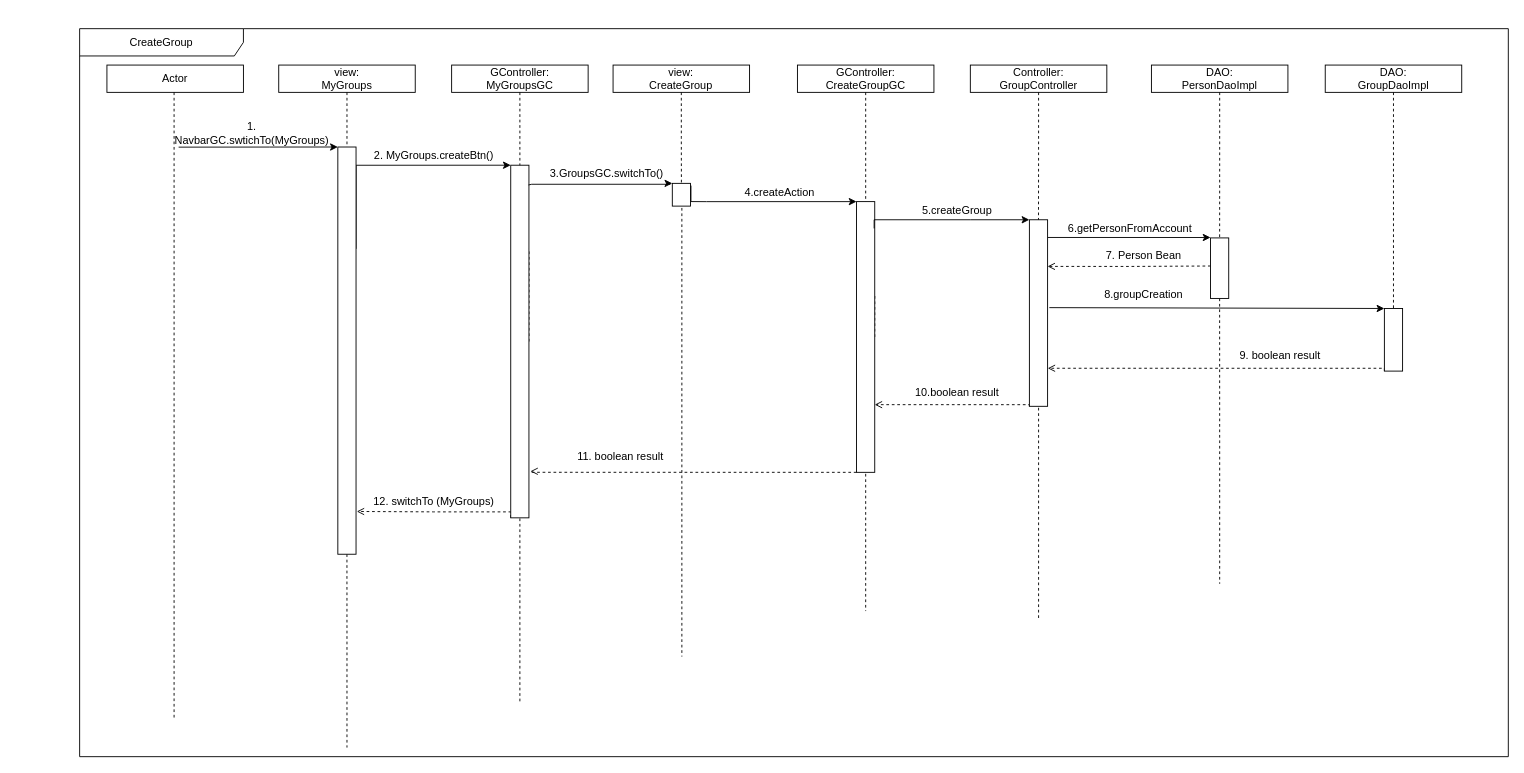
The draw.io diagram Deliverables/Sequence Diagram/Sequence Diagram Dalena Create Group.drawio in nic-agos/DoveStudi, before the edit. Source tidied: cells renumbered, new cells numbered last; positions are measured from the earlier drawing's top-left corner, leaving out a move shared by most shapes. Both pictures are drawn from the tidied source at 91%, with x=0, y=0 at pixel (79, 28).
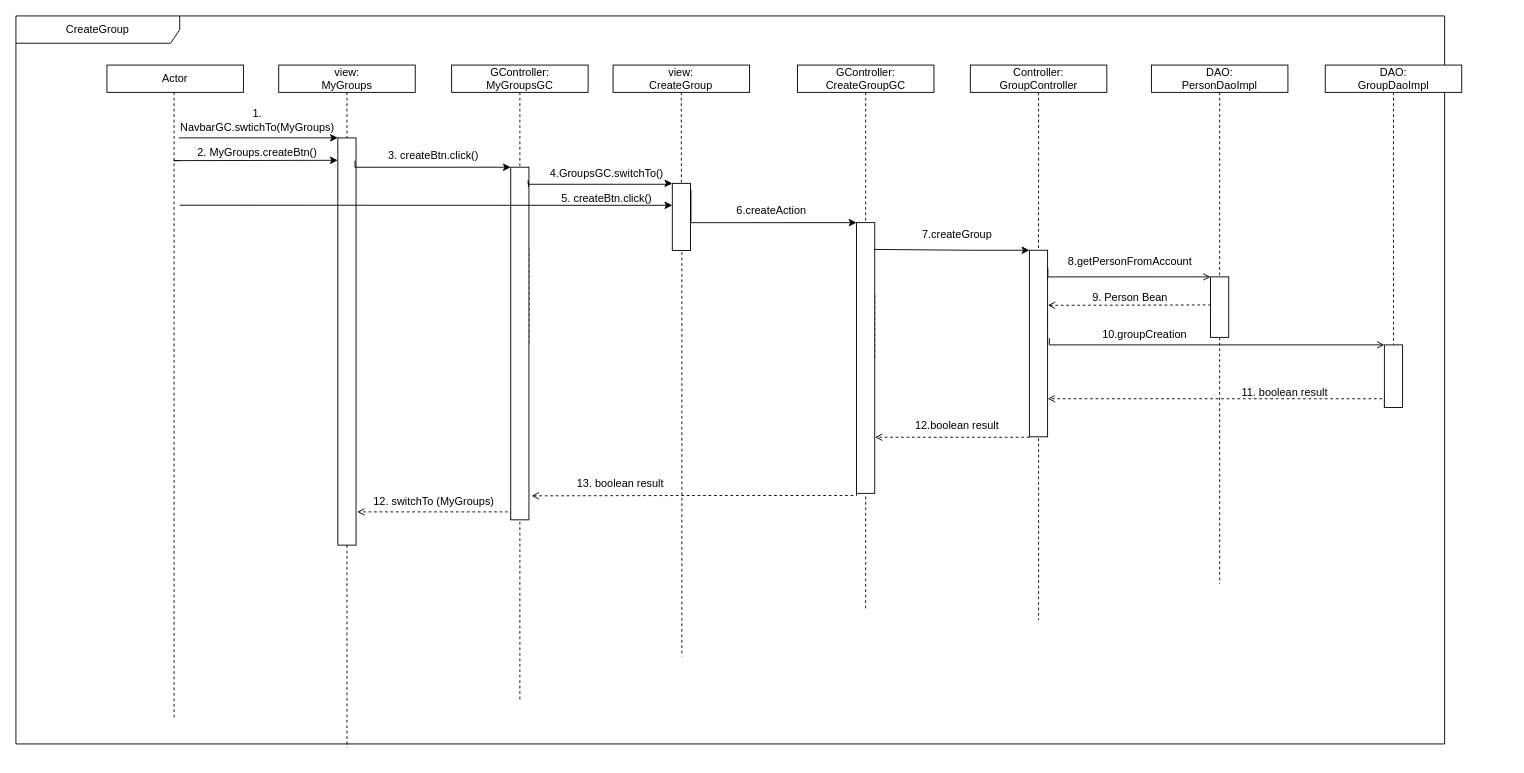
Above is the later version.

Diff of the diagram source:
```diff
@@
+    <mxCell id="55" value="CreateGroup" style="shape=umlFrame;whiteSpace=wrap;html=1;width=180;height=30;" parent="1" vertex="1">
+      <mxGeometry x="-70" y="-14" width="1570" height="800" as="geometry" />
+    </mxCell>
@@
     <mxCell id="12" style="edgeStyle=orthogonalEdgeStyle;rounded=0;jettySize=auto;html=1;exitX=1;exitY=0;exitDx=0;exitDy=0;endArrow=none;endFill=0;startArrow=classic;startFill=1;" parent="1" edge="1" source="14">
       <mxGeometry relative="1" as="geometry">
-        <mxPoint x="108.8" y="130.2" as="targetPoint" />
+        <mxPoint x="109" y="120" as="targetPoint" />
         <Array as="points">
-          <mxPoint x="208.8" y="130" />
-          <mxPoint x="208.8" y="130" />
+          <mxPoint x="109" y="120" />
         </Array>
       </mxGeometry>
     </mxCell>
-    <mxCell id="13" style="edgeStyle=orthogonalEdgeStyle;rounded=0;jettySize=auto;html=1;exitX=0.75;exitY=1;exitDx=0;exitDy=0;startArrow=none;startFill=0;endArrow=classic;endFill=1;entryX=1;entryY=0;entryDx=0;entryDy=0;" parent="1" edge="1" source="14" target="19">
-      <mxGeometry relative="1" as="geometry">
-        <Array as="points">
-          <mxPoint x="303.8" y="150" />
-        </Array>
-      </mxGeometry>
-    </mxCell>
     <mxCell id="14" style="rounded=0;whiteSpace=wrap;html=1;rotation=-90;" parent="1" vertex="1">
-      <mxGeometry x="70" y="343.8" width="447.5" height="20" as="geometry" />
+      <mxGeometry x="70" y="333.8" width="447.5" height="20" as="geometry" />
     </mxCell>
@@
     <mxCell id="16" value="1. &lt;br&gt;NavbarGC.swtichTo(MyGroups)" style="text;html=1;align=center;verticalAlign=middle;" parent="1" vertex="1">
-      <mxGeometry x="98.8" y="100" width="180" height="30" as="geometry" />
+      <mxGeometry x="105" y="86" width="180" height="30" as="geometry" />
     </mxCell>
     <mxCell id="17" value="2. MyGroups.createBtn()" style="text;html=1;align=center;verticalAlign=middle;" parent="1" vertex="1">
-      <mxGeometry x="313.8" y="130" width="150" height="20" as="geometry" />
+      <mxGeometry x="120" y="126" width="150" height="20" as="geometry" />
     </mxCell>
-    <mxCell id="18" style="edgeStyle=orthogonalEdgeStyle;rounded=0;jettySize=auto;html=1;exitX=0;exitY=0;exitDx=0;exitDy=0;entryX=0.105;entryY=1.041;entryDx=0;entryDy=0;entryPerimeter=0;dashed=1;startArrow=none;startFill=0;endArrow=open;endFill=0;" parent="1" edge="1" source="19" target="14">
+    <mxCell id="18" style="edgeStyle=orthogonalEdgeStyle;rounded=0;jettySize=auto;html=1;exitX=0;exitY=0;exitDx=0;exitDy=0;dashed=1;startArrow=none;startFill=0;endArrow=open;endFill=0;" parent="1" edge="1" source="19">
       <mxGeometry relative="1" as="geometry">
+        <mxPoint x="305" y="531" as="targetPoint" />
         <Array as="points">
-          <mxPoint x="473.8" y="531" />
-          <mxPoint x="388.8" y="531" />
+          <mxPoint x="474" y="531" />
+          <mxPoint x="305" y="531" />
         </Array>
       </mxGeometry>
     </mxCell>
+    <mxCell id="56" style="edgeStyle=orthogonalEdgeStyle;rounded=0;jettySize=auto;html=1;exitX=1;exitY=0;exitDx=0;exitDy=0;entryX=0.944;entryY=0.942;entryDx=0;entryDy=0;entryPerimeter=0;endArrow=none;endFill=0;startArrow=classic;startFill=1;" parent="1" edge="1" source="19" target="14">
+      <mxGeometry relative="1" as="geometry">
+        <Array as="points">
+          <mxPoint x="303" y="152" />
+        </Array>
+      </mxGeometry>
+    </mxCell>
     <mxCell id="19" style="rounded=0;whiteSpace=wrap;html=1;rotation=-90;" parent="1" vertex="1">
-      <mxGeometry x="290" y="333.8" width="387.5" height="20" as="geometry" />
+      <mxGeometry x="290" y="336" width="387.5" height="20" as="geometry" />
     </mxCell>
@@
     <mxCell id="25" style="edgeStyle=orthogonalEdgeStyle;rounded=0;jettySize=auto;html=1;exitX=1;exitY=0;exitDx=0;exitDy=0;entryX=0.944;entryY=0.976;entryDx=0;entryDy=0;entryPerimeter=0;startArrow=classic;startFill=1;endArrow=none;endFill=0;" parent="1" edge="1" source="26" target="19">
       <mxGeometry relative="1" as="geometry">
         <Array as="points">
-          <mxPoint x="648.8" y="170" />
-          <mxPoint x="648.8" y="171" />
-          <mxPoint x="496.8" y="171" />
+          <mxPoint x="649" y="170" />
+          <mxPoint x="649" y="171" />
+          <mxPoint x="493" y="171" />
+          <mxPoint x="493" y="167" />
         </Array>
       </mxGeometry>
     </mxCell>
     <mxCell id="26" style="rounded=0;whiteSpace=wrap;html=1;rotation=-90;" parent="1" vertex="1">
-      <mxGeometry x="648.8" y="172.5" width="25" height="20" as="geometry" />
+      <mxGeometry x="624.4" y="196.9" width="73.8" height="20" as="geometry" />
     </mxCell>
@@
-    <mxCell id="28" value="3.GroupsGC.switchTo()" style="text;html=1;align=center;verticalAlign=middle;" parent="1" vertex="1">
+    <mxCell id="28" value="4.GroupsGC.switchTo()" style="text;html=1;align=center;verticalAlign=middle;" parent="1" vertex="1">
       <mxGeometry x="508.8" y="150" width="140" height="20" as="geometry" />
     </mxCell>
     <mxCell id="29" style="edgeStyle=orthogonalEdgeStyle;rounded=0;jettySize=auto;html=1;exitX=1;exitY=0;exitDx=0;exitDy=0;startArrow=classic;startFill=1;endArrow=none;endFill=0;entryX=0.902;entryY=1.025;entryDx=0;entryDy=0;entryPerimeter=0;" parent="1" edge="1" source="31" target="26">
       <mxGeometry relative="1" as="geometry">
         <Array as="points">
-          <mxPoint x="688.8" y="190" />
-          <mxPoint x="688.8" y="190" />
+          <mxPoint x="672" y="213" />
         </Array>
       </mxGeometry>
     </mxCell>
-    <mxCell id="30" style="edgeStyle=orthogonalEdgeStyle;rounded=0;jettySize=auto;html=1;exitX=0;exitY=0;exitDx=0;exitDy=0;entryX=0.132;entryY=1.082;entryDx=0;entryDy=0;entryPerimeter=0;dashed=1;startArrow=none;startFill=0;endArrow=open;endFill=0;" parent="1" edge="1" source="31" target="19">
+    <mxCell id="30" style="edgeStyle=orthogonalEdgeStyle;rounded=0;jettySize=auto;html=1;exitX=0;exitY=0;exitDx=0;exitDy=0;entryX=0.068;entryY=1.144;entryDx=0;entryDy=0;entryPerimeter=0;startArrow=none;startFill=0;endArrow=open;endFill=0;dashed=1;" parent="1" edge="1" source="31" target="19">
       <mxGeometry relative="1" as="geometry">
         <Array as="points">
-          <mxPoint x="496.8" y="488" />
-          <mxPoint x="496.8" y="486" />
+          <mxPoint x="854" y="513" />
+          <mxPoint x="674" y="513" />
         </Array>
       </mxGeometry>
     </mxCell>
     <mxCell id="31" style="rounded=0;whiteSpace=wrap;html=1;rotation=-90;" parent="1" vertex="1">
-      <mxGeometry x="715" y="328.8" width="297.5" height="20" as="geometry" />
+      <mxGeometry x="715" y="351.9" width="297.5" height="20" as="geometry" />
     </mxCell>
@@
-    <mxCell id="33" value="4.createAction" style="text;html=1;align=center;verticalAlign=middle;" parent="1" vertex="1">
-      <mxGeometry x="723.8" y="170" width="90" height="20" as="geometry" />
+    <mxCell id="33" value="6.createAction" style="text;html=1;align=center;verticalAlign=middle;" parent="1" vertex="1">
+      <mxGeometry x="715" y="190" width="90" height="20" as="geometry" />
     </mxCell>
     <mxCell id="34" style="edgeStyle=orthogonalEdgeStyle;rounded=0;jettySize=auto;html=1;exitX=1;exitY=0;exitDx=0;exitDy=0;entryX=0.901;entryY=0.967;entryDx=0;entryDy=0;entryPerimeter=0;startArrow=classic;startFill=1;endArrow=none;endFill=0;" parent="1" edge="1" source="37" target="31">
       <mxGeometry relative="1" as="geometry">
         <Array as="points">
-          <mxPoint x="978.8" y="210" />
-          <mxPoint x="978.8" y="210" />
+          <mxPoint x="979" y="243" />
         </Array>
       </mxGeometry>
     </mxCell>
-    <mxCell id="35" style="edgeStyle=orthogonalEdgeStyle;rounded=0;jettySize=auto;html=1;exitX=0.75;exitY=1;exitDx=0;exitDy=0;entryX=0.536;entryY=0.03;entryDx=0;entryDy=0;entryPerimeter=0;startArrow=open;startFill=0;endArrow=none;endFill=0;dashed=1;" parent="1" edge="1" source="37" target="45">
-      <mxGeometry relative="1" as="geometry" />
+    <mxCell id="35" style="edgeStyle=orthogonalEdgeStyle;rounded=0;jettySize=auto;html=1;entryX=0.536;entryY=0.03;entryDx=0;entryDy=0;entryPerimeter=0;startArrow=open;startFill=0;endArrow=none;endFill=0;dashed=1;" parent="1" edge="1" target="45">
+      <mxGeometry relative="1" as="geometry">
+        <mxPoint x="1064" y="304" as="sourcePoint" />
+        <Array as="points">
+          <mxPoint x="1064" y="304" />
+          <mxPoint x="1153" y="304" />
+        </Array>
+      </mxGeometry>
     </mxCell>
-    <mxCell id="36" style="edgeStyle=orthogonalEdgeStyle;rounded=0;jettySize=auto;html=1;exitX=0;exitY=0;exitDx=0;exitDy=0;entryX=0.25;entryY=1;entryDx=0;entryDy=0;dashed=1;startArrow=none;startFill=0;endArrow=open;endFill=0;" parent="1" edge="1" source="37" target="31">
+    <mxCell id="36" style="edgeStyle=orthogonalEdgeStyle;rounded=0;jettySize=auto;html=1;exitX=0;exitY=0;exitDx=0;exitDy=0;dashed=1;startArrow=none;startFill=0;endArrow=open;endFill=0;" parent="1" edge="1" source="37">
       <mxGeometry relative="1" as="geometry">
+        <mxPoint x="874" y="449" as="targetPoint" />
         <Array as="points">
-          <mxPoint x="1043.8" y="413" />
+          <mxPoint x="874" y="449" />
         </Array>
       </mxGeometry>
     </mxCell>
     <mxCell id="37" style="rounded=0;whiteSpace=wrap;html=1;rotation=-90;" parent="1" vertex="1">
-      <mxGeometry x="951.2" y="302.5" width="205" height="20" as="geometry" />
+      <mxGeometry x="951.2" y="336" width="205" height="20" as="geometry" />
     </mxCell>
@@
-    <mxCell id="39" value="5.createGroup" style="text;html=1;align=center;verticalAlign=middle;" parent="1" vertex="1">
-      <mxGeometry x="918.8" y="190" width="90" height="20" as="geometry" />
+    <mxCell id="39" value="7.createGroup" style="text;html=1;align=center;verticalAlign=middle;" parent="1" vertex="1">
+      <mxGeometry x="918.8" y="216.9" width="90" height="20" as="geometry" />
     </mxCell>
-    <mxCell id="40" style="edgeStyle=orthogonalEdgeStyle;rounded=0;jettySize=auto;html=1;exitX=1;exitY=0;exitDx=0;exitDy=0;entryX=0.529;entryY=1.097;entryDx=0;entryDy=0;entryPerimeter=0;startArrow=classic;startFill=1;endArrow=none;endFill=0;" parent="1" edge="1" source="42" target="37">
+    <mxCell id="40" style="edgeStyle=orthogonalEdgeStyle;rounded=0;jettySize=auto;html=1;exitX=1;exitY=0;exitDx=0;exitDy=0;entryX=0.529;entryY=1.097;entryDx=0;entryDy=0;entryPerimeter=0;startArrow=open;startFill=0;endArrow=none;endFill=0;" parent="1" edge="1" source="42" target="37">
       <mxGeometry relative="1" as="geometry">
         <Array as="points">
-          <mxPoint x="1433.8" y="307" />
-          <mxPoint x="1248.8" y="307" />
+          <mxPoint x="1066" y="347" />
         </Array>
       </mxGeometry>
     </mxCell>
     <mxCell id="41" style="edgeStyle=orthogonalEdgeStyle;rounded=0;jettySize=auto;html=1;exitX=0;exitY=0;exitDx=0;exitDy=0;entryX=0.204;entryY=1.008;entryDx=0;entryDy=0;entryPerimeter=0;dashed=1;startArrow=none;startFill=0;endArrow=open;endFill=0;" parent="1" edge="1" source="42" target="37">
       <mxGeometry relative="1" as="geometry">
         <Array as="points">
-          <mxPoint x="1433.8" y="373" />
+          <mxPoint x="1434" y="407" />
         </Array>
       </mxGeometry>
     </mxCell>
     <mxCell id="42" style="rounded=0;whiteSpace=wrap;html=1;rotation=-90;" parent="1" vertex="1">
-      <mxGeometry x="1409.4" y="331.9" width="68.8" height="20" as="geometry" />
+      <mxGeometry x="1409.4" y="371.9" width="68.8" height="20" as="geometry" />
     </mxCell>
@@
     <mxCell id="45" style="rounded=0;whiteSpace=wrap;html=1;rotation=-90;" parent="1" vertex="1">
-      <mxGeometry x="1219.5" y="253.2" width="66.5" height="20" as="geometry" />
+      <mxGeometry x="1219.5" y="296" width="66.5" height="20" as="geometry" />
     </mxCell>
@@
-    <mxCell id="47" value="6.getPersonFromAccount" style="text;html=1;align=center;verticalAlign=middle;" parent="1" vertex="1">
-      <mxGeometry x="1078.8" y="210" width="150" height="20" as="geometry" />
+    <mxCell id="47" value="8.getPersonFromAccount" style="text;html=1;align=center;verticalAlign=middle;" parent="1" vertex="1">
+      <mxGeometry x="1078.8" y="246" width="150" height="20" as="geometry" />
     </mxCell>
-    <mxCell id="48" style="edgeStyle=orthogonalEdgeStyle;rounded=0;jettySize=auto;html=1;exitX=1;exitY=0;exitDx=0;exitDy=0;startArrow=classic;startFill=1;endArrow=none;endFill=0;entryX=0.905;entryY=1.013;entryDx=0;entryDy=0;entryPerimeter=0;" parent="1" edge="1" source="45" target="37">
+    <mxCell id="48" style="edgeStyle=orthogonalEdgeStyle;rounded=0;jettySize=auto;html=1;exitX=1;exitY=0;exitDx=0;exitDy=0;startArrow=open;startFill=0;endArrow=none;endFill=0;entryX=0.905;entryY=1.013;entryDx=0;entryDy=0;entryPerimeter=0;" parent="1" edge="1" source="45" target="37">
       <mxGeometry relative="1" as="geometry">
         <Array as="points">
-          <mxPoint x="1063.8" y="229" />
+          <mxPoint x="1064" y="273" />
         </Array>
       </mxGeometry>
     </mxCell>
-    <mxCell id="49" value="7. Person Bean" style="text;html=1;align=center;verticalAlign=middle;" parent="1" vertex="1">
-      <mxGeometry x="1118.8" y="240" width="100" height="20" as="geometry" />
+    <mxCell id="49" value="9. Person Bean" style="text;html=1;align=center;verticalAlign=middle;" parent="1" vertex="1">
+      <mxGeometry x="1103.8" y="286" width="100" height="20" as="geometry" />
     </mxCell>
-    <mxCell id="50" value="8.groupCreation" style="text;html=1;align=center;verticalAlign=middle;" parent="1" vertex="1">
-      <mxGeometry x="1118.8" y="282.5" width="100" height="20" as="geometry" />
+    <mxCell id="50" value="10.groupCreation" style="text;html=1;align=center;verticalAlign=middle;" parent="1" vertex="1">
+      <mxGeometry x="1114.5" y="326" width="110" height="20" as="geometry" />
     </mxCell>
-    <mxCell id="51" value="9. boolean result" style="text;html=1;align=center;verticalAlign=middle;" parent="1" vertex="1">
-      <mxGeometry x="1268.8" y="350" width="100" height="20" as="geometry" />
+    <mxCell id="51" value="11. boolean result" style="text;html=1;align=center;verticalAlign=middle;" parent="1" vertex="1">
+      <mxGeometry x="1269" y="390" width="110" height="20" as="geometry" />
     </mxCell>
-    <mxCell id="52" value="10.boolean result" style="text;html=1;align=center;verticalAlign=middle;" parent="1" vertex="1">
-      <mxGeometry x="908.8" y="390" width="110" height="20" as="geometry" />
+    <mxCell id="52" value="12.boolean result" style="text;html=1;align=center;verticalAlign=middle;" parent="1" vertex="1">
+      <mxGeometry x="908.8" y="426" width="110" height="20" as="geometry" />
     </mxCell>
-    <mxCell id="53" value="11. boolean result" style="text;html=1;align=center;verticalAlign=middle;" parent="1" vertex="1">
-      <mxGeometry x="538.8" y="460" width="110" height="20" as="geometry" />
+    <mxCell id="53" value="13. boolean result" style="text;html=1;align=center;verticalAlign=middle;" parent="1" vertex="1">
+      <mxGeometry x="538.8" y="490" width="110" height="20" as="geometry" />
     </mxCell>
@@
-    <mxCell id="55" value="CreateGroup" style="shape=umlFrame;whiteSpace=wrap;html=1;width=180;height=30;" parent="1" vertex="1">
-      <mxGeometry width="1570" height="800" as="geometry" />
-    </mxCell>
+    <mxCell id="57" style="endArrow=classic;html=1;entryX=0.945;entryY=-0.004;entryDx=0;entryDy=0;entryPerimeter=0;" parent="1" edge="1" target="14">
+      <mxGeometry relative="1" as="geometry">
+        <mxPoint x="110" y="145" as="sourcePoint" />
+        <Array as="points">
+          <mxPoint x="100" y="145" />
+        </Array>
+      </mxGeometry>
+    </mxCell>
+    <mxCell id="58" value="3. createBtn.click()" style="text;html=1;strokeColor=none;fillColor=none;align=center;verticalAlign=middle;whiteSpace=wrap;rounded=0;" parent="1" vertex="1">
+      <mxGeometry x="328.8" y="130" width="120" height="20" as="geometry" />
+    </mxCell>
+    <mxCell id="59" style="endArrow=classic;html=1;entryX=0.673;entryY=0.001;entryDx=0;entryDy=0;entryPerimeter=0;" parent="1" edge="1" target="26">
+      <mxGeometry relative="1" as="geometry">
+        <mxPoint x="110" y="194" as="sourcePoint" />
+      </mxGeometry>
+    </mxCell>
+    <mxCell id="60" value="5. createBtn.click()" style="text;html=1;align=center;verticalAlign=middle;" parent="1" vertex="1">
+      <mxGeometry x="523.8" y="176.9" width="110" height="20" as="geometry" />
+    </mxCell>
```
